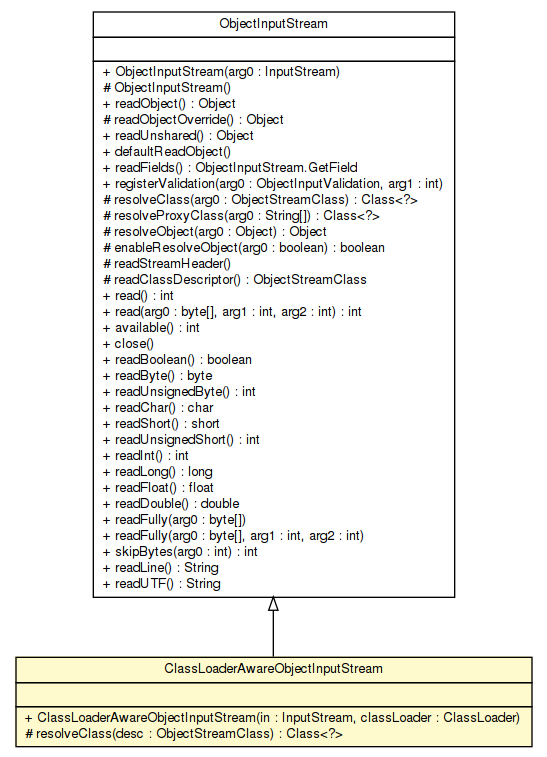
sorcersoft/sorcersoft.github.io keeps this Graphviz diagram as apidocs/sorcer/org/apache/commons/lang3/ClassLoaderAwareObjectInputStream.png. Above is the earlier version. Its source is kept beside it as apidocs/sorcer/org/apache/commons/lang3/ClassLoaderAwareObjectInputStream.dot.
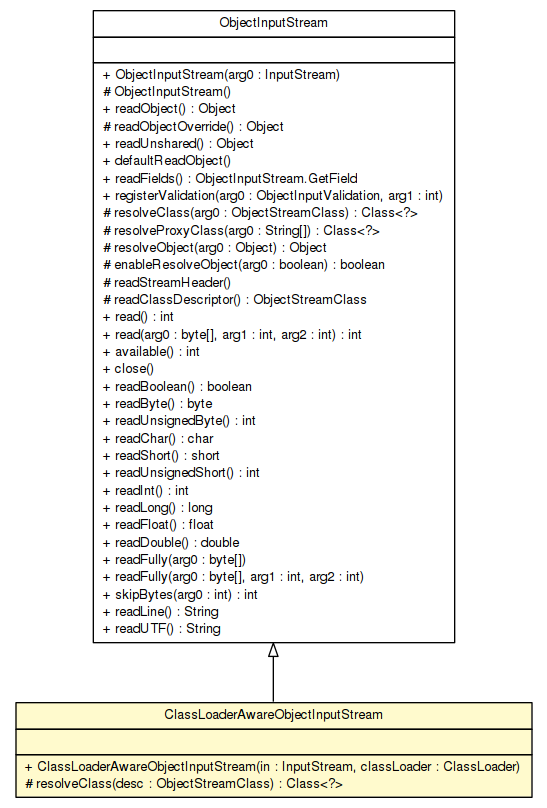
Later version of the same file.

What changed in the source:
```diff
@@ -4,7 +4,7 @@
 	node [fontname="Helvetica",fontsize=10,shape=plaintext];
 	nodesep=0.25;
 	ranksep=0.5;
-	c120957 [label=<<table title="sorcer.org.apache.commons.lang3.ClassLoaderAwareObjectInputStream" border="0" cellborder="1" cellspacing="0" cellpadding="2" port="p" bgcolor="lemonChiffon" href="./ClassLoaderAwareObjectInputStream.html">
+	c140094 [label=<<table title="sorcer.org.apache.commons.lang3.ClassLoaderAwareObjectInputStream" border="0" cellborder="1" cellspacing="0" cellpadding="2" port="p" bgcolor="lemonChiffon" href="./ClassLoaderAwareObjectInputStream.html">
 		<tr><td><table border="0" cellspacing="0" cellpadding="1">
 <tr><td align="center" balign="center"> ClassLoaderAwareObjectInputStream </td></tr>
 		</table></td></tr>
@@ -16,8 +16,8 @@
 <tr><td align="left" balign="left"> # resolveClass(desc : ObjectStreamClass) : Class&lt;?&gt; </td></tr>
 		</table></td></tr>
 		</table>>, URL="./ClassLoaderAwareObjectInputStream.html", fontname="Helvetica", fontcolor="black", fontsize=10.0];
-	c121541:p -> c120957:p [dir=back,arrowtail=empty];
-	c121541 [label=<<table title="java.io.ObjectInputStream" border="0" cellborder="1" cellspacing="0" cellpadding="2" port="p" href="http://docs.oracle.com/javase/7/docs/api/java/io/ObjectInputStream.html">
+	c140799:p -> c140094:p [dir=back,arrowtail=empty];
+	c140799 [label=<<table title="java.io.ObjectInputStream" border="0" cellborder="1" cellspacing="0" cellpadding="2" port="p" href="http://docs.oracle.com/javase/7/docs/api/java/io/ObjectInputStream.html">
 		<tr><td><table border="0" cellspacing="0" cellpadding="1">
 <tr><td align="center" balign="center"> ObjectInputStream </td></tr>
 		</table></td></tr>
```
